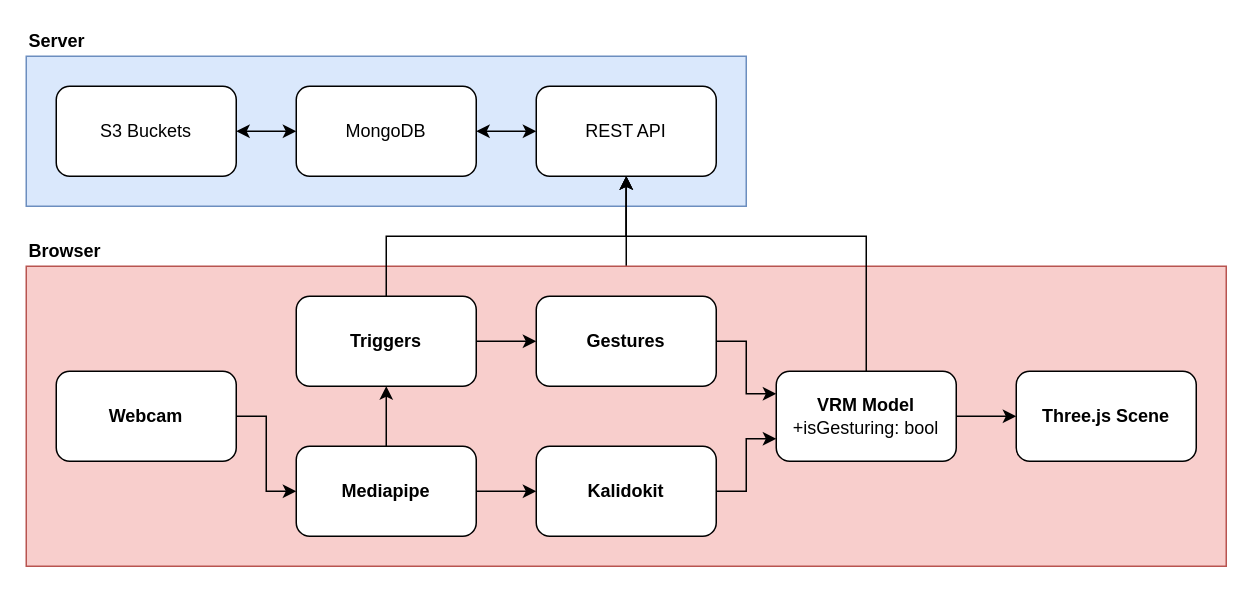
Above: public/control.drawio in cake-lab/ventriloquist (draw.io), before the change. Source tidied: cells renumbered, new cells numbered last; positions are measured from the earlier drawing's top-left corner, leaving out a move shared by most shapes. Both pictures are drawn from the tidied source at 150%, with x=0, y=0 at pixel (26, 26).
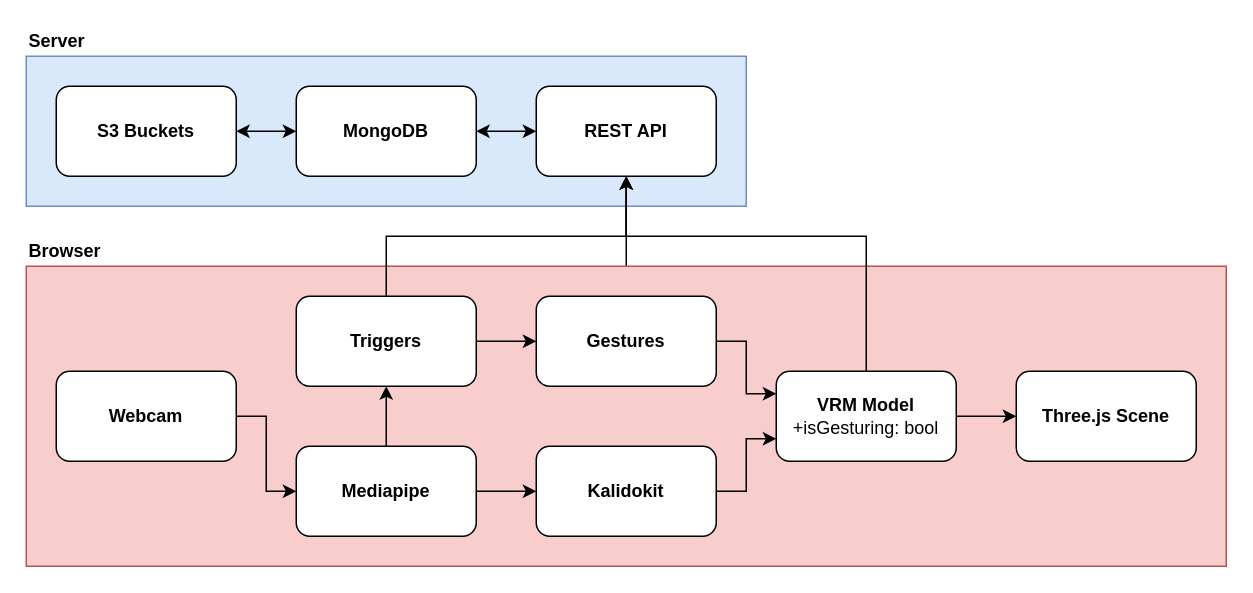
The same page after the edit.

Change to the diagram source:
```diff
@@
-    <mxCell id="21" value="REST API" style="rounded=1;whiteSpace=wrap;html=1;" parent="1" vertex="1">
+    <mxCell id="21" value="REST API" style="rounded=1;whiteSpace=wrap;html=1;fontStyle=1;" parent="1" vertex="1">
       <mxGeometry x="340" y="40" width="120" height="60" as="geometry" />
     </mxCell>
@@
-    <mxCell id="23" value="MongoDB" style="rounded=1;whiteSpace=wrap;html=1;" parent="1" vertex="1">
+    <mxCell id="23" value="MongoDB" style="rounded=1;whiteSpace=wrap;html=1;fontStyle=1;" parent="1" vertex="1">
       <mxGeometry x="180" y="40" width="120" height="60" as="geometry" />
     </mxCell>
@@
-    <mxCell id="27" value="S3 Buckets" style="rounded=1;whiteSpace=wrap;html=1;" parent="1" vertex="1">
+    <mxCell id="27" value="S3 Buckets" style="rounded=1;whiteSpace=wrap;html=1;fontStyle=1;" parent="1" vertex="1">
       <mxGeometry x="20" y="40" width="120" height="60" as="geometry" />
     </mxCell>
```
